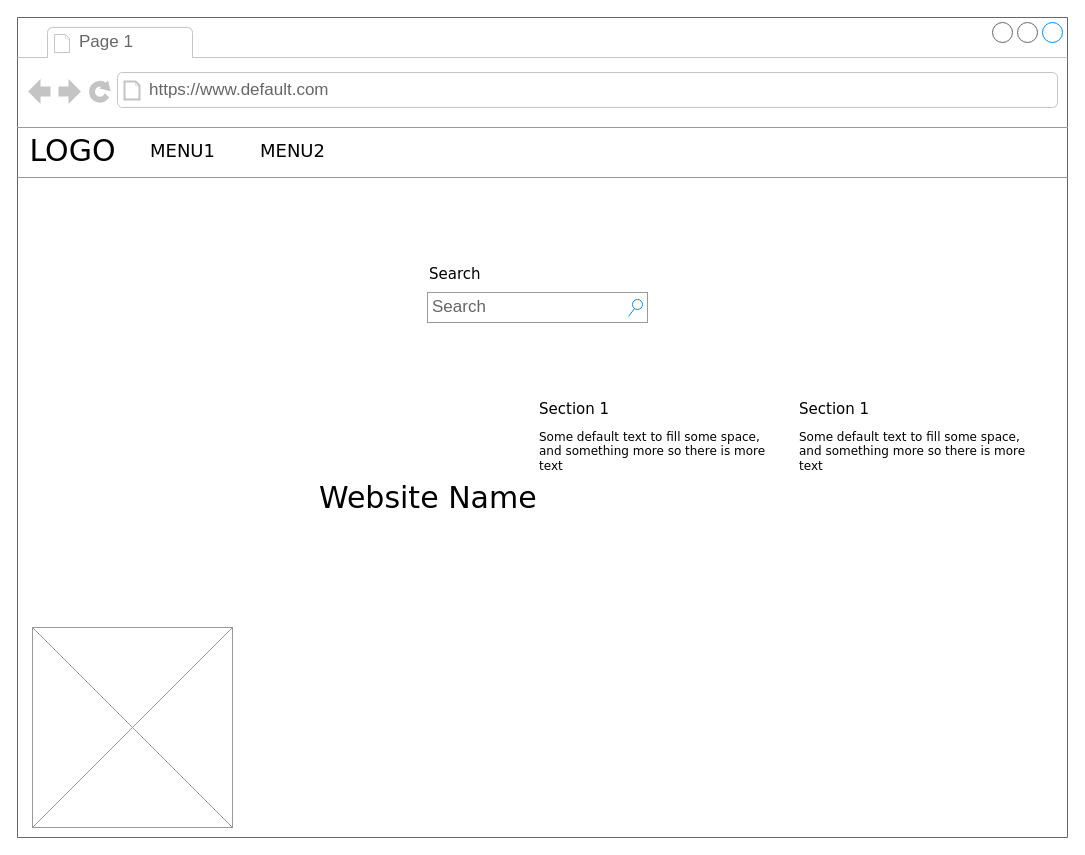
The draw.io diagram study/task_1/untitle Diagram.drawio in psybex/Leo, before the edit. Source tidied: cells renumbered, new cells numbered last; positions are measured from the earlier drawing's top-left corner, leaving out a move shared by most shapes. Both pictures are drawn from the tidied source at 100%, with x=0, y=0 at pixel (17, 17).
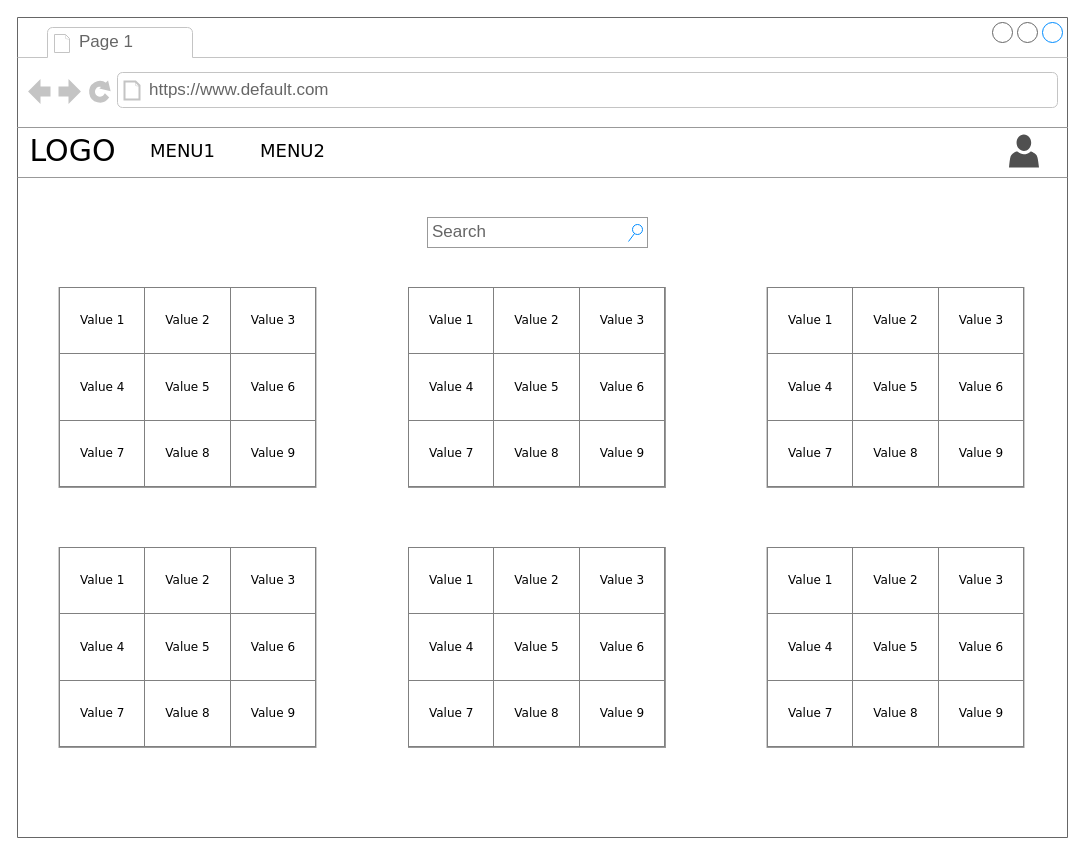
Above is the later version.

Change to the diagram source:
```diff
@@
 <mxGraphModel background="#ffffff">
   <root>
     <mxCell id="0" />
     <mxCell id="1" parent="0" />
     <mxCell id="2" style="strokeWidth=1;shadow=0;dashed=0;align=center;html=1;shape=mxgraph.mockup.containers.browserWindow;rSize=0;strokeColor=#666666;mainText=,;rounded=0;labelBackgroundColor=none;fontFamily=Verdana;fontSize=12;" parent="1" vertex="1">
       <mxGeometry width="1050" height="820" as="geometry" />
     </mxCell>
     <mxCell id="3" value="Page 1" style="strokeWidth=1;shadow=0;dashed=0;align=center;html=1;shape=mxgraph.mockup.containers.anchor;fontSize=17;fontColor=#666666;align=left;" parent="2" vertex="1">
       <mxGeometry x="60" y="12" width="110" height="26" as="geometry" />
     </mxCell>
     <mxCell id="4" value="https://www.default.com" style="strokeWidth=1;shadow=0;dashed=0;align=center;html=1;shape=mxgraph.mockup.containers.anchor;rSize=0;fontSize=17;fontColor=#666666;align=left;" parent="2" vertex="1">
       <mxGeometry x="130" y="60" width="250" height="26" as="geometry" />
     </mxCell>
-    <mxCell id="5" value="Website Name" style="text;html=1;align=left;verticalAlign=top;spacingTop=-4;fontSize=30;fontFamily=Verdana;" parent="2" vertex="1">
-      <mxGeometry x="300" y="460" width="340" height="50" as="geometry" />
-    </mxCell>
-    <mxCell id="6" value="Section 1" style="text;html=1;align=left;verticalAlign=top;spacingTop=-4;fontSize=15;fontFamily=Verdana;" parent="2" vertex="1">
-      <mxGeometry x="520" y="380" width="170" height="30" as="geometry" />
-    </mxCell>
-    <mxCell id="7" value="Some default text to fill some space, and&amp;nbsp;&lt;span&gt;something more so there is more text&lt;/span&gt;" style="text;html=1;align=left;verticalAlign=top;spacingTop=-4;fontSize=12;fontFamily=Verdana;whiteSpace=wrap;" parent="2" vertex="1">
-      <mxGeometry x="520" y="410" width="240" height="40" as="geometry" />
-    </mxCell>
-    <mxCell id="8" value="Section 1" style="text;html=1;align=left;verticalAlign=top;spacingTop=-4;fontSize=15;fontFamily=Verdana;" parent="2" vertex="1">
-      <mxGeometry x="780" y="380" width="170" height="30" as="geometry" />
-    </mxCell>
-    <mxCell id="9" value="Some default text to fill some space, and&amp;nbsp;&lt;span&gt;something more so there is more text&lt;/span&gt;" style="text;html=1;align=left;verticalAlign=top;spacingTop=-4;fontSize=12;fontFamily=Verdana;whiteSpace=wrap;" parent="2" vertex="1">
-      <mxGeometry x="780" y="410" width="240" height="40" as="geometry" />
-    </mxCell>
-    <mxCell id="10" value="Search" style="text;html=1;align=left;verticalAlign=top;spacingTop=-4;fontSize=15;fontFamily=Verdana;" parent="2" vertex="1">
-      <mxGeometry x="410" y="245" width="170" height="30" as="geometry" />
-    </mxCell>
     <mxCell id="11" value="Search" style="strokeWidth=1;shadow=0;dashed=0;align=center;html=1;shape=mxgraph.mockup.forms.searchBox;strokeColor=#999999;mainText=;strokeColor2=#008cff;fontColor=#666666;fontSize=17;align=left;spacingLeft=3;rounded=0;labelBackgroundColor=none;" parent="2" vertex="1">
-      <mxGeometry x="410" y="275" width="220" height="30" as="geometry" />
+      <mxGeometry x="410" y="200" width="220" height="30" as="geometry" />
     </mxCell>
     <mxCell id="12" style="verticalLabelPosition=bottom;shadow=0;dashed=0;align=center;html=1;verticalAlign=top;strokeWidth=1;shape=mxgraph.mockup.markup.line;strokeColor=#999999;rounded=0;labelBackgroundColor=none;fillColor=#ffffff;fontFamily=Verdana;fontSize=12;fontColor=#000000;" parent="2" vertex="1">
       <mxGeometry y="150" width="1050" height="20" as="geometry" />
     </mxCell>
-    <mxCell id="13" style="verticalLabelPosition=bottom;shadow=0;dashed=0;align=center;html=1;verticalAlign=top;strokeWidth=1;shape=mxgraph.mockup.graphics.simpleIcon;strokeColor=#999999;fillColor=#ffffff;rounded=0;labelBackgroundColor=none;fontFamily=Verdana;fontSize=12;fontColor=#000000;" parent="2" vertex="1">
-      <mxGeometry x="15" y="610" width="200" height="200" as="geometry" />
-    </mxCell>
     <mxCell id="14" style="verticalLabelPosition=bottom;shadow=0;dashed=0;align=center;html=1;verticalAlign=top;strokeWidth=1;shape=mxgraph.mockup.markup.line;strokeColor=#999999;rounded=0;labelBackgroundColor=none;fillColor=#ffffff;fontFamily=Verdana;fontSize=12;fontColor=#000000;" parent="2" vertex="1">
       <mxGeometry y="100" width="1050" height="20" as="geometry" />
     </mxCell>
     <mxCell id="15" value="LOGO" style="text;html=1;align=center;verticalAlign=middle;spacingTop=-4;fontSize=30;fontFamily=Verdana;fontColor=#000000;" parent="2" vertex="1">
       <mxGeometry y="110" width="110" height="50" as="geometry" />
     </mxCell>
     <mxCell id="16" value="MENU2" style="text;html=1;align=center;verticalAlign=middle;spacingTop=-4;fontSize=18;fontFamily=Verdana;fontColor=#000000;" parent="2" vertex="1">
       <mxGeometry x="220" y="110" width="110" height="50" as="geometry" />
     </mxCell>
     <mxCell id="17" value="MENU1" style="text;html=1;align=center;verticalAlign=middle;spacingTop=-4;fontSize=18;fontFamily=Verdana;fontColor=#000000;" parent="2" vertex="1">
       <mxGeometry x="110" y="110" width="110" height="50" as="geometry" />
     </mxCell>
+    <mxCell id="18" style="shadow=0;dashed=0;html=1;strokeColor=none;fillColor=#505050;labelPosition=center;verticalLabelPosition=bottom;verticalAlign=top;align=center;shape=mxgraph.office.users.user;" parent="2" vertex="1">
+      <mxGeometry x="991.5" y="117" width="30" height="33" as="geometry" />
+    </mxCell>
+    <mxCell id="19" value="&lt;table border=&quot;1&quot; width=&quot;100%&quot; height=&quot;100%&quot; style=&quot;width:100%;height:100%;border-collapse:collapse;&quot;&gt;&lt;tr&gt;&lt;td align=&quot;center&quot;&gt;Value 1&lt;/td&gt;&lt;td align=&quot;center&quot;&gt;Value 2&lt;/td&gt;&lt;td align=&quot;center&quot;&gt;Value 3&lt;/td&gt;&lt;/tr&gt;&lt;tr&gt;&lt;td align=&quot;center&quot;&gt;Value 4&lt;/td&gt;&lt;td align=&quot;center&quot;&gt;Value 5&lt;/td&gt;&lt;td align=&quot;center&quot;&gt;Value 6&lt;/td&gt;&lt;/tr&gt;&lt;tr&gt;&lt;td align=&quot;center&quot;&gt;Value 7&lt;/td&gt;&lt;td align=&quot;center&quot;&gt;Value 8&lt;/td&gt;&lt;td align=&quot;center&quot;&gt;Value 9&lt;/td&gt;&lt;/tr&gt;&lt;/table&gt;" style="text;html=1;strokeColor=#999999;fillColor=#ffffff;overflow=fill;rounded=0;shadow=0;dashed=0;fontFamily=Verdana;align=center;strokeWidth=1;labelBackgroundColor=none;" parent="2" vertex="1">
+      <mxGeometry x="41.5" y="270" width="257" height="200" as="geometry" />
+    </mxCell>
+    <mxCell id="20" value="&lt;table border=&quot;1&quot; width=&quot;100%&quot; height=&quot;100%&quot; style=&quot;width:100%;height:100%;border-collapse:collapse;&quot;&gt;&lt;tr&gt;&lt;td align=&quot;center&quot;&gt;Value 1&lt;/td&gt;&lt;td align=&quot;center&quot;&gt;Value 2&lt;/td&gt;&lt;td align=&quot;center&quot;&gt;Value 3&lt;/td&gt;&lt;/tr&gt;&lt;tr&gt;&lt;td align=&quot;center&quot;&gt;Value 4&lt;/td&gt;&lt;td align=&quot;center&quot;&gt;Value 5&lt;/td&gt;&lt;td align=&quot;center&quot;&gt;Value 6&lt;/td&gt;&lt;/tr&gt;&lt;tr&gt;&lt;td align=&quot;center&quot;&gt;Value 7&lt;/td&gt;&lt;td align=&quot;center&quot;&gt;Value 8&lt;/td&gt;&lt;td align=&quot;center&quot;&gt;Value 9&lt;/td&gt;&lt;/tr&gt;&lt;/table&gt;" style="text;html=1;strokeColor=#999999;fillColor=#ffffff;overflow=fill;rounded=0;shadow=0;dashed=0;fontFamily=Verdana;align=center;strokeWidth=1;labelBackgroundColor=none;" parent="2" vertex="1">
+      <mxGeometry x="749.5" y="270" width="257" height="200" as="geometry" />
+    </mxCell>
+    <mxCell id="21" value="&lt;table border=&quot;1&quot; width=&quot;100%&quot; height=&quot;100%&quot; style=&quot;width:100%;height:100%;border-collapse:collapse;&quot;&gt;&lt;tr&gt;&lt;td align=&quot;center&quot;&gt;Value 1&lt;/td&gt;&lt;td align=&quot;center&quot;&gt;Value 2&lt;/td&gt;&lt;td align=&quot;center&quot;&gt;Value 3&lt;/td&gt;&lt;/tr&gt;&lt;tr&gt;&lt;td align=&quot;center&quot;&gt;Value 4&lt;/td&gt;&lt;td align=&quot;center&quot;&gt;Value 5&lt;/td&gt;&lt;td align=&quot;center&quot;&gt;Value 6&lt;/td&gt;&lt;/tr&gt;&lt;tr&gt;&lt;td align=&quot;center&quot;&gt;Value 7&lt;/td&gt;&lt;td align=&quot;center&quot;&gt;Value 8&lt;/td&gt;&lt;td align=&quot;center&quot;&gt;Value 9&lt;/td&gt;&lt;/tr&gt;&lt;/table&gt;" style="text;html=1;strokeColor=#999999;fillColor=#ffffff;overflow=fill;rounded=0;shadow=0;dashed=0;fontFamily=Verdana;align=center;strokeWidth=1;labelBackgroundColor=none;" parent="2" vertex="1">
+      <mxGeometry x="391" y="270" width="257" height="200" as="geometry" />
+    </mxCell>
+    <mxCell id="22" value="&lt;table border=&quot;1&quot; width=&quot;100%&quot; height=&quot;100%&quot; style=&quot;width:100%;height:100%;border-collapse:collapse;&quot;&gt;&lt;tr&gt;&lt;td align=&quot;center&quot;&gt;Value 1&lt;/td&gt;&lt;td align=&quot;center&quot;&gt;Value 2&lt;/td&gt;&lt;td align=&quot;center&quot;&gt;Value 3&lt;/td&gt;&lt;/tr&gt;&lt;tr&gt;&lt;td align=&quot;center&quot;&gt;Value 4&lt;/td&gt;&lt;td align=&quot;center&quot;&gt;Value 5&lt;/td&gt;&lt;td align=&quot;center&quot;&gt;Value 6&lt;/td&gt;&lt;/tr&gt;&lt;tr&gt;&lt;td align=&quot;center&quot;&gt;Value 7&lt;/td&gt;&lt;td align=&quot;center&quot;&gt;Value 8&lt;/td&gt;&lt;td align=&quot;center&quot;&gt;Value 9&lt;/td&gt;&lt;/tr&gt;&lt;/table&gt;" style="text;html=1;strokeColor=#999999;fillColor=#ffffff;overflow=fill;rounded=0;shadow=0;dashed=0;fontFamily=Verdana;align=center;strokeWidth=1;labelBackgroundColor=none;" parent="2" vertex="1">
+      <mxGeometry x="41.5" y="530" width="257" height="200" as="geometry" />
+    </mxCell>
+    <mxCell id="23" value="&lt;table border=&quot;1&quot; width=&quot;100%&quot; height=&quot;100%&quot; style=&quot;width:100%;height:100%;border-collapse:collapse;&quot;&gt;&lt;tr&gt;&lt;td align=&quot;center&quot;&gt;Value 1&lt;/td&gt;&lt;td align=&quot;center&quot;&gt;Value 2&lt;/td&gt;&lt;td align=&quot;center&quot;&gt;Value 3&lt;/td&gt;&lt;/tr&gt;&lt;tr&gt;&lt;td align=&quot;center&quot;&gt;Value 4&lt;/td&gt;&lt;td align=&quot;center&quot;&gt;Value 5&lt;/td&gt;&lt;td align=&quot;center&quot;&gt;Value 6&lt;/td&gt;&lt;/tr&gt;&lt;tr&gt;&lt;td align=&quot;center&quot;&gt;Value 7&lt;/td&gt;&lt;td align=&quot;center&quot;&gt;Value 8&lt;/td&gt;&lt;td align=&quot;center&quot;&gt;Value 9&lt;/td&gt;&lt;/tr&gt;&lt;/table&gt;" style="text;html=1;strokeColor=#999999;fillColor=#ffffff;overflow=fill;rounded=0;shadow=0;dashed=0;fontFamily=Verdana;align=center;strokeWidth=1;labelBackgroundColor=none;" parent="2" vertex="1">
+      <mxGeometry x="391" y="530" width="257" height="200" as="geometry" />
+    </mxCell>
+    <mxCell id="24" value="&lt;table border=&quot;1&quot; width=&quot;100%&quot; height=&quot;100%&quot; style=&quot;width:100%;height:100%;border-collapse:collapse;&quot;&gt;&lt;tr&gt;&lt;td align=&quot;center&quot;&gt;Value 1&lt;/td&gt;&lt;td align=&quot;center&quot;&gt;Value 2&lt;/td&gt;&lt;td align=&quot;center&quot;&gt;Value 3&lt;/td&gt;&lt;/tr&gt;&lt;tr&gt;&lt;td align=&quot;center&quot;&gt;Value 4&lt;/td&gt;&lt;td align=&quot;center&quot;&gt;Value 5&lt;/td&gt;&lt;td align=&quot;center&quot;&gt;Value 6&lt;/td&gt;&lt;/tr&gt;&lt;tr&gt;&lt;td align=&quot;center&quot;&gt;Value 7&lt;/td&gt;&lt;td align=&quot;center&quot;&gt;Value 8&lt;/td&gt;&lt;td align=&quot;center&quot;&gt;Value 9&lt;/td&gt;&lt;/tr&gt;&lt;/table&gt;" style="text;html=1;strokeColor=#999999;fillColor=#ffffff;overflow=fill;rounded=0;shadow=0;dashed=0;fontFamily=Verdana;align=center;strokeWidth=1;labelBackgroundColor=none;" parent="2" vertex="1">
+      <mxGeometry x="749.5" y="530" width="257" height="200" as="geometry" />
+    </mxCell>
   </root>
 </mxGraphModel>
```
